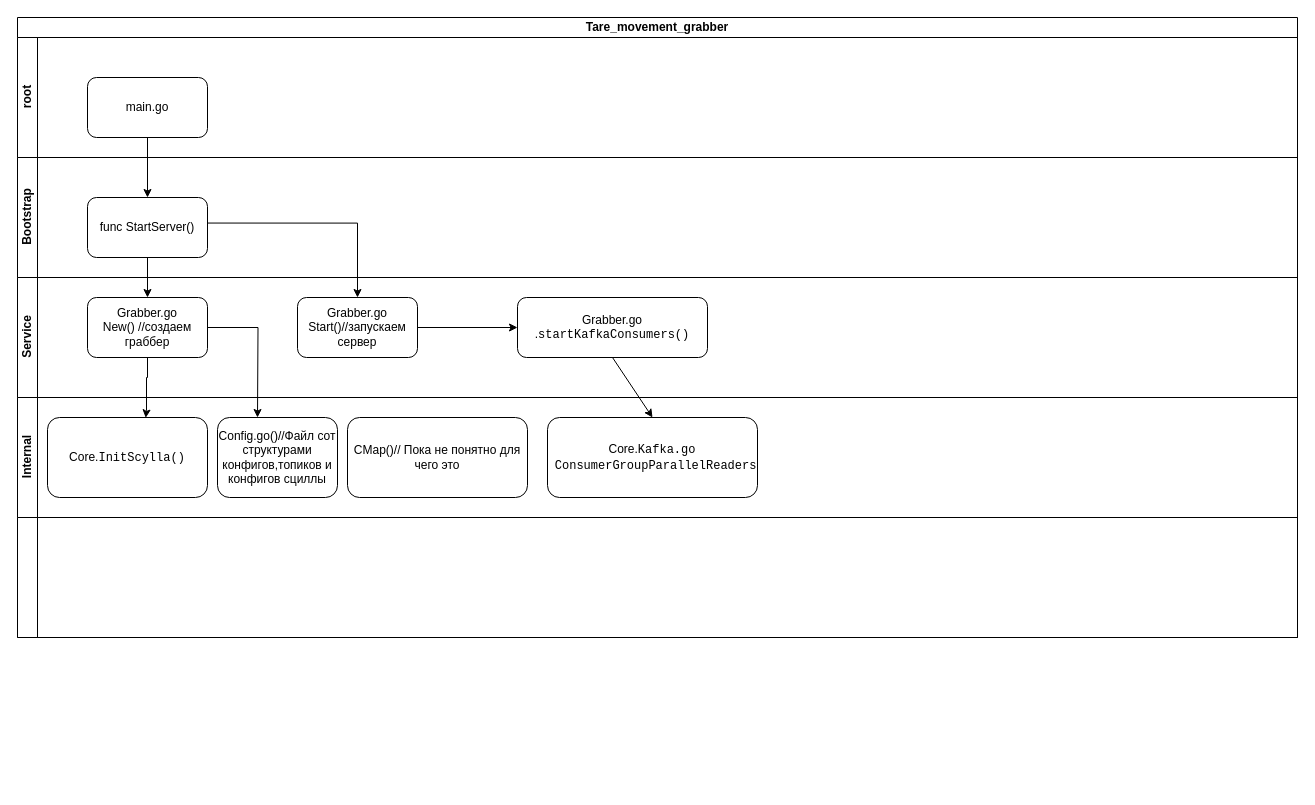
Earlier version of the draw.io diagram Tare_movement_grabber.drawio (AntonKoltsov85/Schemes). Source tidied: cells renumbered, new cells numbered last; positions are measured from the earlier drawing's top-left corner, leaving out a move shared by most shapes. Both pictures are drawn from the tidied source at 100%, with x=0, y=0 at pixel (17, 17).
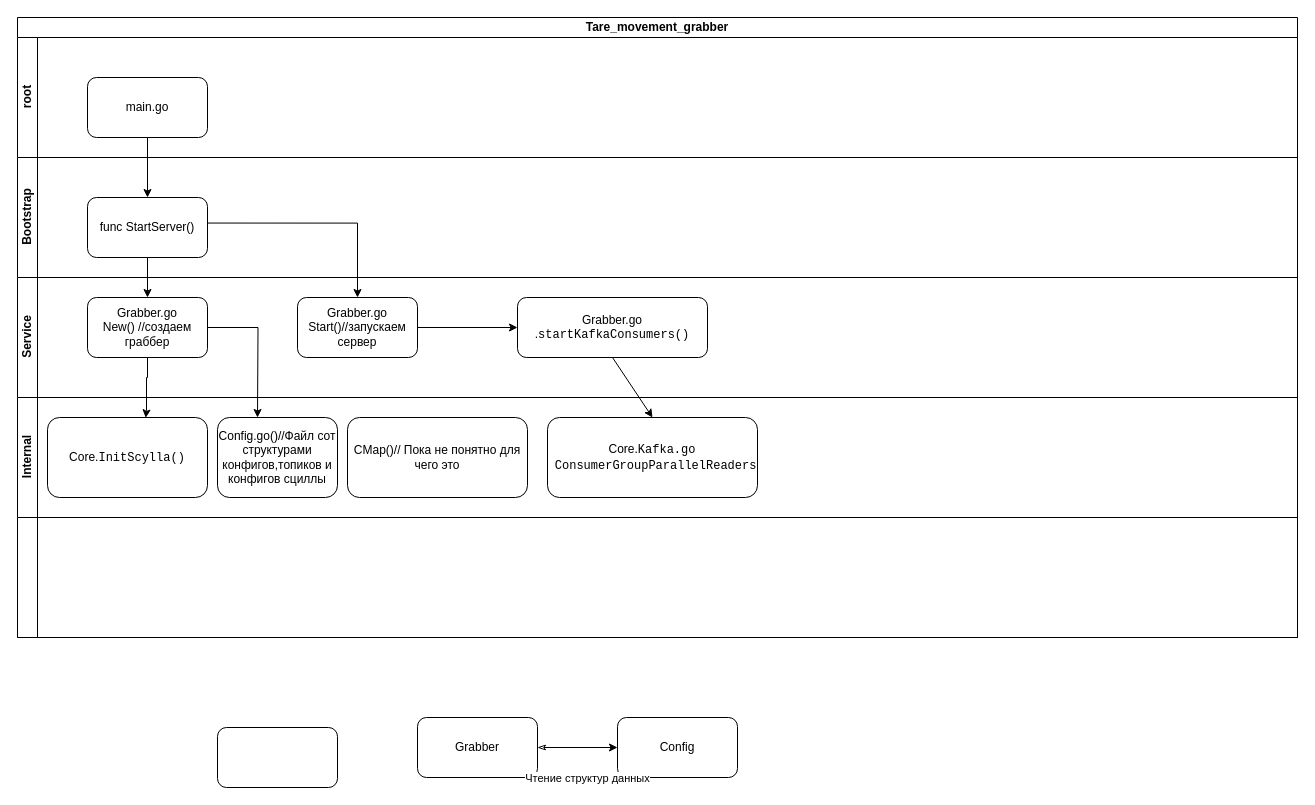
Above is the later version.

The edit, as a diff of the source:
```diff
@@
+    <mxCell id="24" style="rounded=1;whiteSpace=wrap;html=1;" parent="1" vertex="1">
+      <mxGeometry x="200" y="710" width="120" height="60" as="geometry" />
+    </mxCell>
+    <mxCell id="25" value="Grabber" style="rounded=1;whiteSpace=wrap;html=1;" parent="1" vertex="1">
+      <mxGeometry x="400" y="700" width="120" height="60" as="geometry" />
+    </mxCell>
+    <mxCell id="26" value="Config" style="rounded=1;whiteSpace=wrap;html=1;" parent="1" vertex="1">
+      <mxGeometry x="600" y="700" width="120" height="60" as="geometry" />
+    </mxCell>
+    <mxCell id="27" style="endArrow=classic;html=1;rounded=0;exitX=1;exitY=0.5;exitDx=0;exitDy=0;entryX=0;entryY=0.5;entryDx=0;entryDy=0;startArrow=classicThin;startFill=0;" parent="1" edge="1" source="25" target="26">
+      <mxGeometry relative="1" as="geometry" />
+    </mxCell>
+    <mxCell id="28" style="endArrow=classic;html=1;rounded=0;exitX=0.079;exitY=1.006;exitDx=0;exitDy=0;entryX=1;entryY=1;entryDx=0;entryDy=0;exitPerimeter=0;" parent="1" edge="1" source="26" target="25">
+      <mxGeometry relative="1" as="geometry" />
+    </mxCell>
+    <mxCell id="29" value="Чтение структур данных" style="edgeLabel;html=1;align=center;verticalAlign=middle;" parent="28" vertex="1">
+      <mxGeometry x="-0.11" relative="1" as="geometry" />
+    </mxCell>
```
